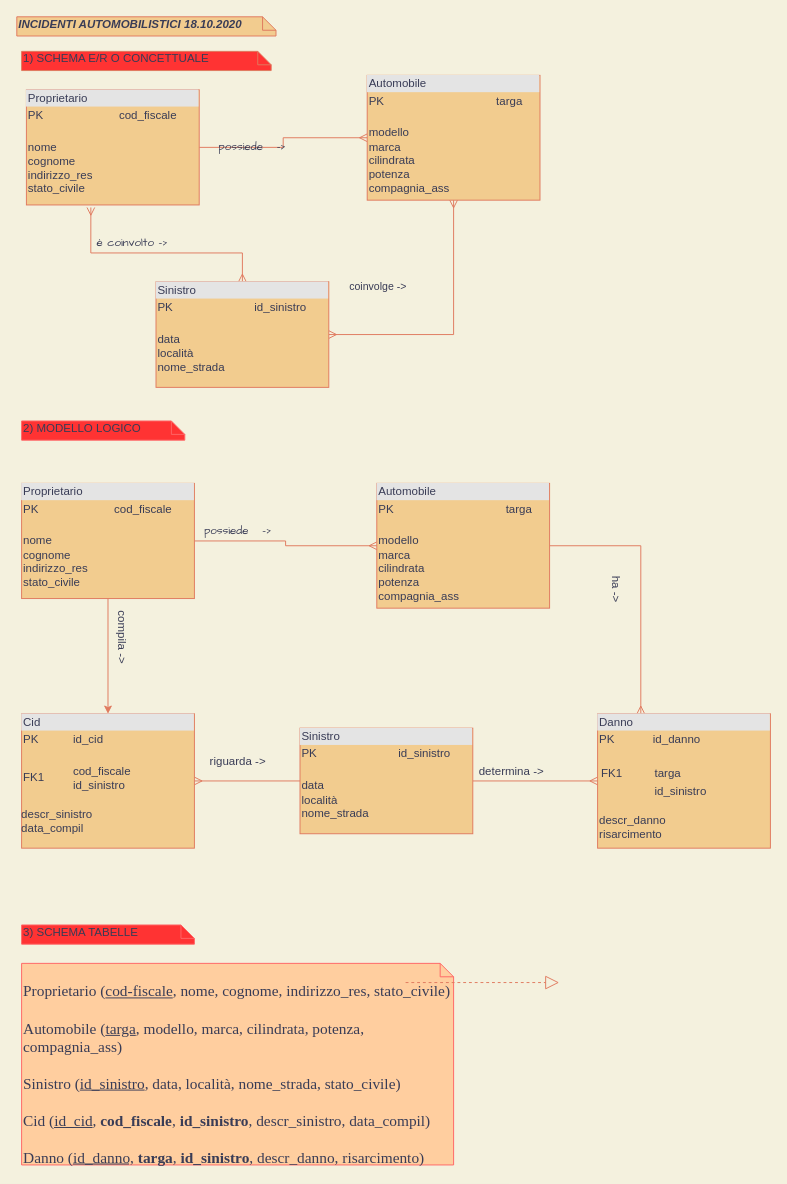
This is Untitled Diagram.drawio from claudiaamorosi/eserciziInformatica, a draw.io file, before an edit. Source tidied: cells renumbered, new cells numbered last; positions are measured from the earlier drawing's top-left corner, leaving out a move shared by most shapes. Both pictures are drawn from the tidied source at 96%, with x=0, y=0 at pixel (16, 16).
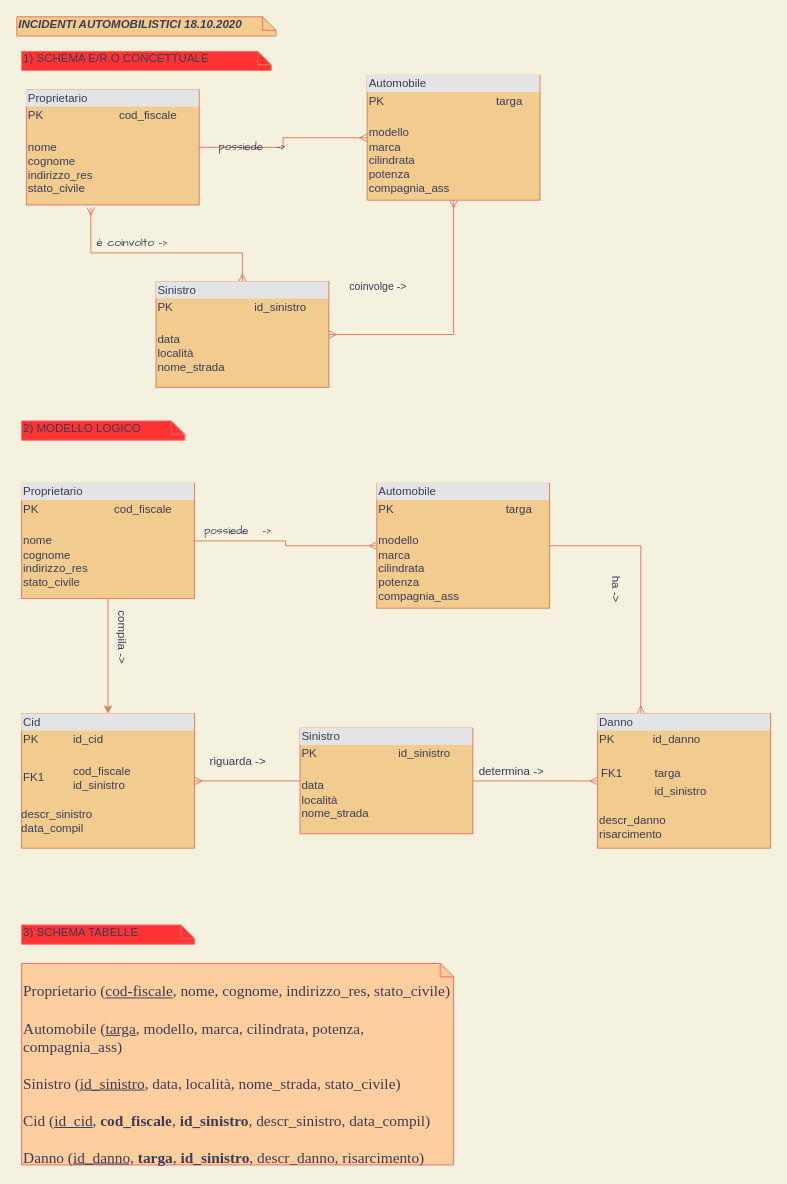
Above is the later version.

Change to the diagram source:
```diff
@@
-    <mxCell id="31" style="endArrow=block;dashed=1;endFill=0;endSize=12;html=1;strokeColor=#E07A5F;fillColor=#F2CC8F;fontColor=#393C56;" parent="1" edge="1">
-      <mxGeometry relative="1" as="geometry">
-        <mxPoint x="405" y="1006" as="sourcePoint" />
-        <mxPoint x="565" y="1006" as="targetPoint" />
-      </mxGeometry>
-    </mxCell>
```
